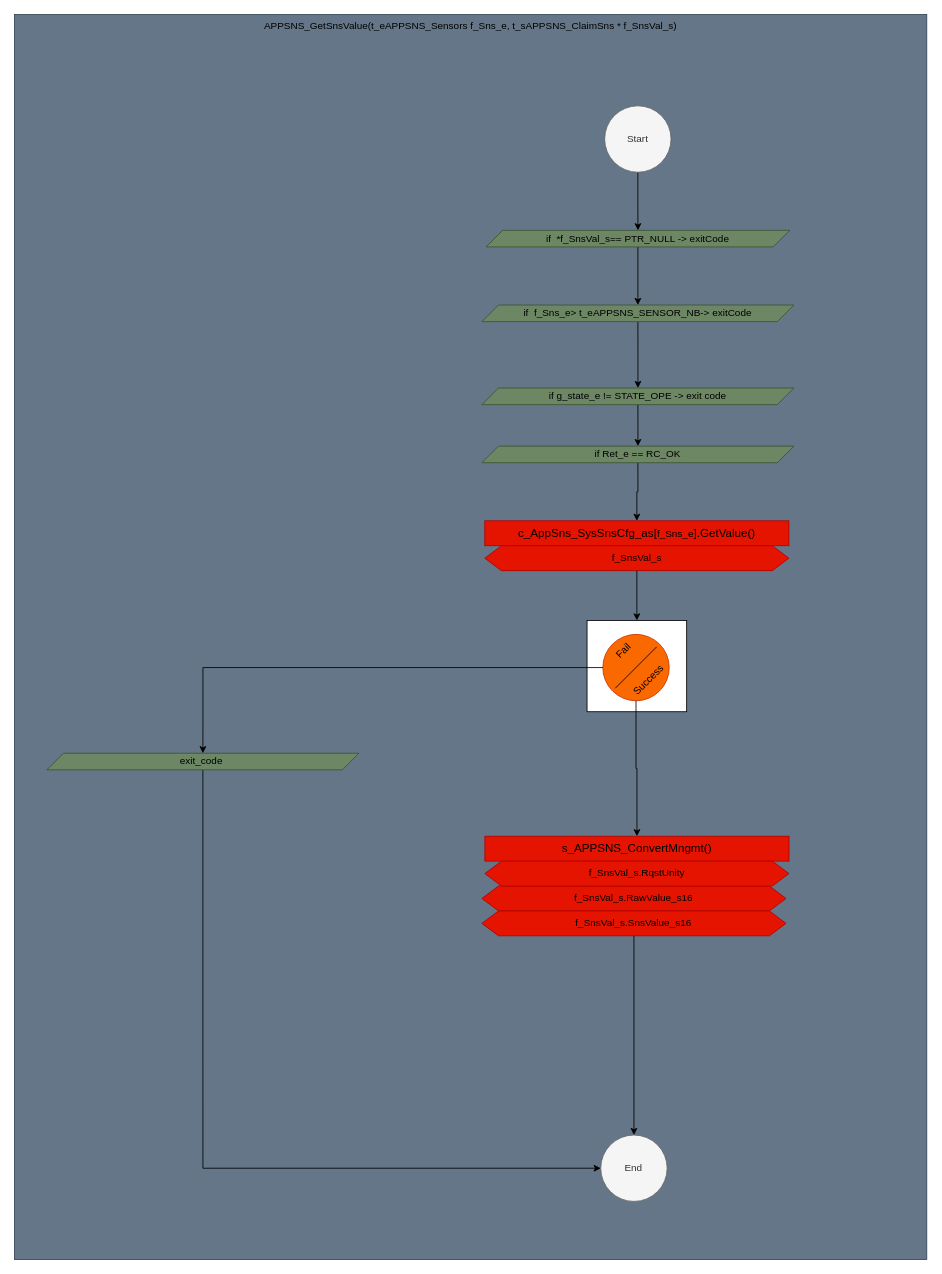
The draw.io diagram page "APPSNS_GetSnsValue" (6 of 8) of src/2_APP/APP_CTRL/APP_SNS/Doc/AppSns_Architecture.drawio in mbarbeau0545/PickersRobotPOC, before the edit. Source tidied: cells renumbered, new cells numbered last; positions are measured from the earlier drawing's top-left corner, leaving out a move shared by most shapes. Both pictures are drawn from the tidied source at 83%, with x=0, y=0 at pixel (14, 14).
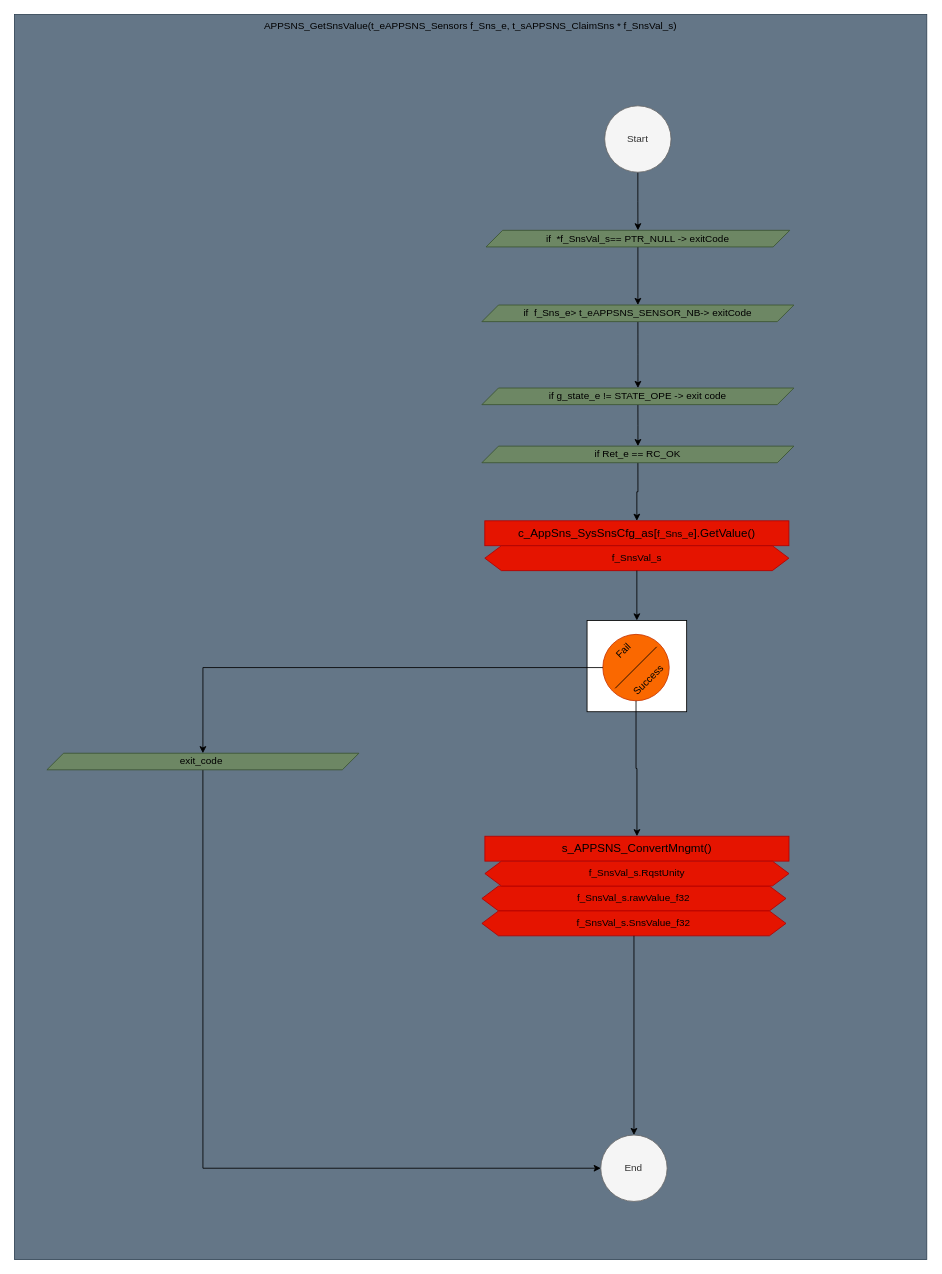
The same diagram, later.

The change refers to these unchanged cells:
```xml
<mxCell id="29" style="group;" parent="1" vertex="1">
  <mxGeometry x="563.1" y="990" width="370" height="120" as="geometry" />
</mxCell>
```

Diff of the diagram source:
```diff
@@
-    <mxCell id="30" value="&lt;span style=&quot;text-align: left; text-wrap: nowrap;&quot;&gt;f_SnsVal_s.RawValue_s16&lt;/span&gt;" style="shape=hexagon;perimeter=hexagonPerimeter2;whiteSpace=wrap;html=1;fixedSize=1;fillColor=#e51400;fontColor=#000000;strokeColor=#B20000;" parent="29" vertex="1">
+    <mxCell id="30" value="&lt;span style=&quot;text-align: left; text-wrap: nowrap;&quot;&gt;f_SnsVal_s.rawValue_f32&lt;/span&gt;" style="shape=hexagon;perimeter=hexagonPerimeter2;whiteSpace=wrap;html=1;fixedSize=1;fillColor=#e51400;fontColor=#000000;strokeColor=#B20000;" parent="29" vertex="1">
       <mxGeometry y="60" width="366.4" height="30" as="geometry" />
     </mxCell>
-    <mxCell id="31" value="&lt;span style=&quot;text-align: left; text-wrap: nowrap;&quot;&gt;f_SnsVal_s.SnsValue_s16&lt;/span&gt;" style="shape=hexagon;perimeter=hexagonPerimeter2;whiteSpace=wrap;html=1;fixedSize=1;fillColor=#e51400;fontColor=#000000;strokeColor=#B20000;" parent="29" vertex="1">
+    <mxCell id="31" value="&lt;span style=&quot;text-align: left; text-wrap: nowrap;&quot;&gt;f_SnsVal_s.SnsValue_f32&lt;/span&gt;" style="shape=hexagon;perimeter=hexagonPerimeter2;whiteSpace=wrap;html=1;fixedSize=1;fillColor=#e51400;fontColor=#000000;strokeColor=#B20000;" parent="29" vertex="1">
       <mxGeometry y="90" width="366.4" height="30" as="geometry" />
     </mxCell>
```
